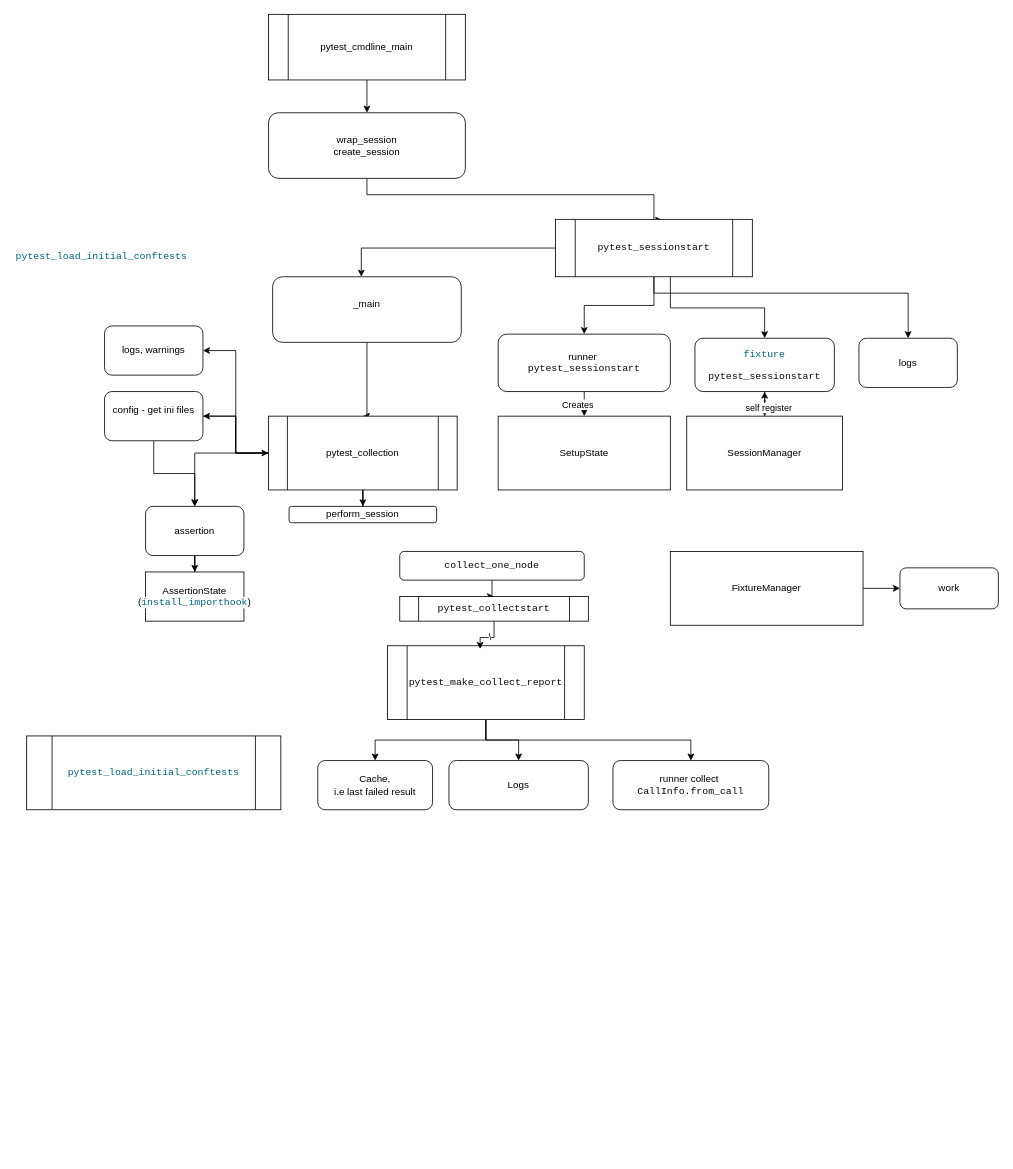
This is Диаграмма без названия.drawio from Tusenka/test, a draw.io file, before an edit. Source tidied: cells renumbered, new cells numbered last; positions are measured from the earlier drawing's top-left corner, leaving out a move shared by most shapes. Both pictures are drawn from the tidied source at 82%, with x=0, y=0 at pixel (14, 14).
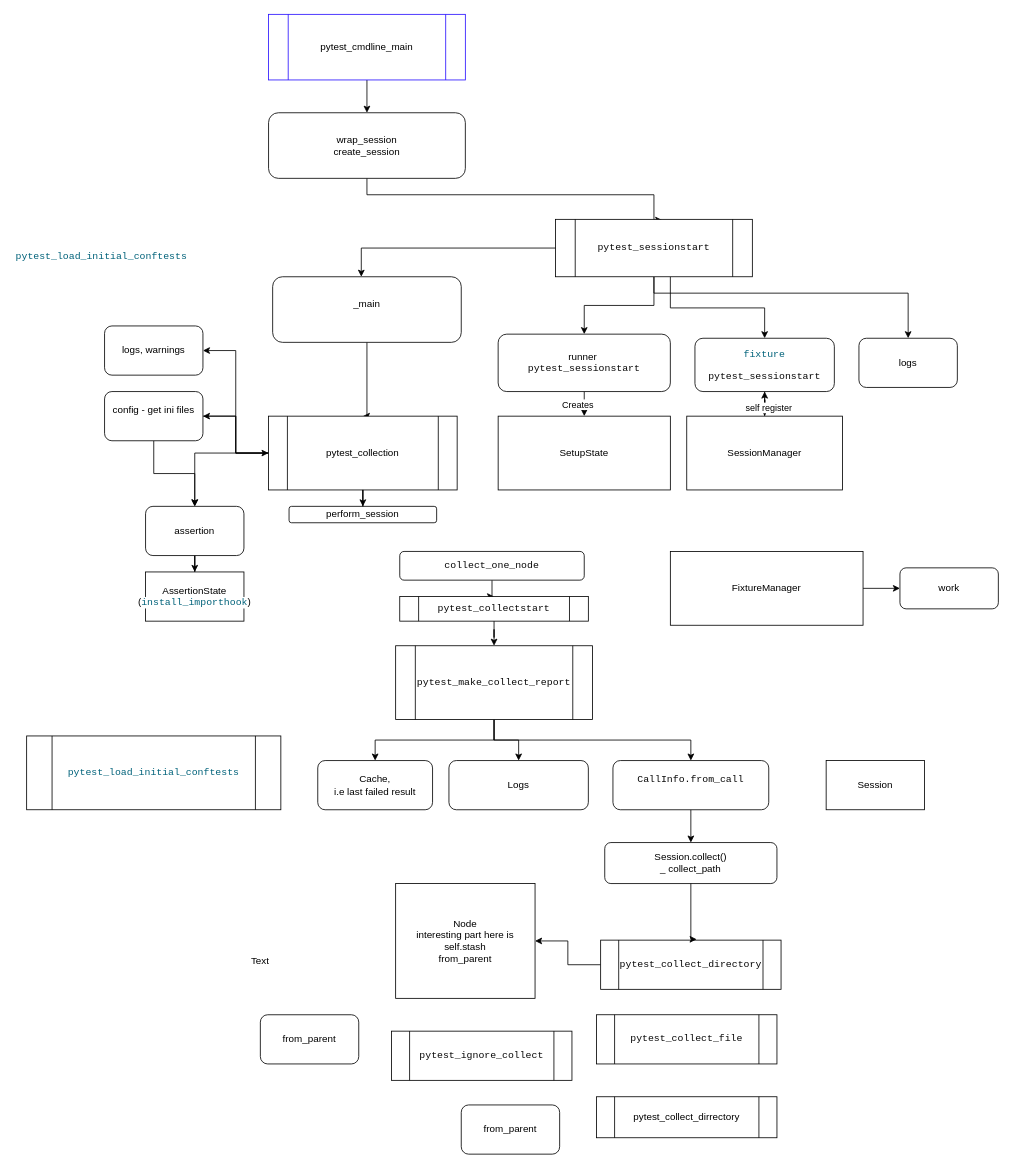
The same page after the edit.

The change refers to these unchanged cells:
```xml
<mxCell id="42" value="&lt;div style=&quot;background-color:#ffffff;color:#080808&quot;&gt;&lt;pre style=&quot;font-family:'JetBrains Mono',monospace;font-size:9,0pt;&quot;&gt;pytest_collectstart&lt;/pre&gt;&lt;/div&gt;" style="shape=process;whiteSpace=wrap;html=1;backgroundOutline=1;" parent="1" vertex="1">
  <mxGeometry x="470" y="710" width="230" height="30" as="geometry" />
</mxCell>
```

Change to the diagram source:
```diff
@@
-    <mxCell id="3" value="pytest_cmdline_main" style="shape=process;whiteSpace=wrap;html=1;backgroundOutline=1;" parent="1" vertex="1">
+    <mxCell id="3" value="pytest_cmdline_main" style="shape=process;whiteSpace=wrap;html=1;backgroundOutline=1;strokeColor=#2911FF;" parent="1" vertex="1">
       <mxGeometry x="310" width="240" height="80" as="geometry" />
     </mxCell>
@@
     <mxCell id="41" value="&lt;div style=&quot;background-color:#ffffff;color:#080808&quot;&gt;&lt;pre style=&quot;font-family:'JetBrains Mono',monospace;font-size:9,0pt;&quot;&gt;pytest_make_collect_report&lt;/pre&gt;&lt;/div&gt;" style="shape=process;whiteSpace=wrap;html=1;backgroundOutline=1;" parent="1" vertex="1">
-      <mxGeometry x="455" y="770" width="240" height="90" as="geometry" />
+      <mxGeometry x="465" y="770" width="240" height="90" as="geometry" />
     </mxCell>
@@
-    <mxCell id="45" value="\" style="edgeStyle=orthogonalEdgeStyle;rounded=0;jettySize=auto;html=1;entryX=0.471;entryY=0.044;entryDx=0;entryDy=0;entryPerimeter=0;" parent="1" edge="1" source="42" target="41">
-      <mxGeometry relative="1" as="geometry" />
-    </mxCell>
@@
+    <mxCell id="52" style="edgeStyle=orthogonalEdgeStyle;rounded=0;jettySize=auto;html=1;" parent="1" edge="1" source="48" target="54">
+      <mxGeometry relative="1" as="geometry" />
+    </mxCell>
-    <mxCell id="48" value="runner collect&amp;nbsp;&lt;div&gt;&lt;span style=&quot;font-family: &amp;quot;JetBrains Mono&amp;quot;, monospace; background-color: light-dark(rgb(255, 255, 255), rgb(18, 18, 18)); color: light-dark(rgb(8, 8, 8), rgb(230, 230, 230));&quot;&gt;CallInfo.from_call&lt;/span&gt;&lt;/div&gt;" style="rounded=1;whiteSpace=wrap;html=1;" parent="1" vertex="1">
+    <mxCell id="48" value="&lt;div&gt;&lt;span style=&quot;font-family: &amp;quot;JetBrains Mono&amp;quot;, monospace; background-color: light-dark(rgb(255, 255, 255), rgb(18, 18, 18)); color: light-dark(rgb(8, 8, 8), rgb(230, 230, 230));&quot;&gt;CallInfo.from_call&lt;/span&gt;&lt;/div&gt;&lt;div&gt;&lt;br&gt;&lt;/div&gt;" style="rounded=1;whiteSpace=wrap;html=1;" parent="1" vertex="1">
       <mxGeometry x="730" y="910" width="190" height="60" as="geometry" />
     </mxCell>
@@
+    <mxCell id="45" style="edgeStyle=orthogonalEdgeStyle;rounded=0;jettySize=auto;html=1;entryX=0.5;entryY=0;entryDx=0;entryDy=0;" parent="1" edge="1" source="42" target="41">
+      <mxGeometry relative="1" as="geometry" />
+    </mxCell>
+    <mxCell id="53" value="Session" style="rounded=0;whiteSpace=wrap;html=1;" parent="1" vertex="1">
+      <mxGeometry x="990" y="910" width="120" height="60" as="geometry" />
+    </mxCell>
+    <mxCell id="54" value="Session.collect()&lt;div&gt;_ collect_path&lt;/div&gt;" style="rounded=1;whiteSpace=wrap;html=1;" parent="1" vertex="1">
+      <mxGeometry x="720" y="1010" width="210" height="50" as="geometry" />
+    </mxCell>
+    <mxCell id="55" style="edgeStyle=orthogonalEdgeStyle;rounded=0;jettySize=auto;html=1;entryX=1;entryY=0.5;entryDx=0;entryDy=0;" parent="1" edge="1" source="56" target="60">
+      <mxGeometry relative="1" as="geometry" />
+    </mxCell>
+    <mxCell id="56" value="&lt;div style=&quot;background-color:#ffffff;color:#080808&quot;&gt;&lt;pre style=&quot;font-family:'JetBrains Mono',monospace;font-size:9,0pt;&quot;&gt;pytest_collect_directory&lt;/pre&gt;&lt;/div&gt;" style="shape=process;whiteSpace=wrap;html=1;backgroundOutline=1;" parent="1" vertex="1">
+      <mxGeometry x="715" y="1129" width="220" height="60" as="geometry" />
+    </mxCell>
+    <mxCell id="57" value="&lt;div style=&quot;background-color:#ffffff;color:#080808&quot;&gt;&lt;pre style=&quot;font-family:'JetBrains Mono',monospace;font-size:9,0pt;&quot;&gt;pytest_collect_file&lt;/pre&gt;&lt;/div&gt;" style="shape=process;whiteSpace=wrap;html=1;backgroundOutline=1;" parent="1" vertex="1">
+      <mxGeometry x="710" y="1220" width="220" height="60" as="geometry" />
+    </mxCell>
+    <mxCell id="58" value="from_parent" style="rounded=1;whiteSpace=wrap;html=1;" parent="1" vertex="1">
+      <mxGeometry x="300" y="1220" width="120" height="60" as="geometry" />
+    </mxCell>
+    <mxCell id="59" value="from_parent" style="rounded=1;whiteSpace=wrap;html=1;" parent="1" vertex="1">
+      <mxGeometry x="545" y="1330" width="120" height="60" as="geometry" />
+    </mxCell>
+    <mxCell id="60" value="Node&lt;div&gt;interesting part here is self.stash&lt;/div&gt;&lt;div&gt;from_parent&lt;/div&gt;" style="rounded=0;whiteSpace=wrap;html=1;" parent="1" vertex="1">
+      <mxGeometry x="465" y="1060" width="170" height="140" as="geometry" />
+    </mxCell>
+    <mxCell id="61" value="Text" style="text;strokeColor=none;align=center;fillColor=none;html=1;verticalAlign=middle;whiteSpace=wrap;rounded=0;" parent="1" vertex="1">
+      <mxGeometry x="270" y="1140" width="60" height="30" as="geometry" />
+    </mxCell>
+    <mxCell id="62" style="edgeStyle=orthogonalEdgeStyle;rounded=0;jettySize=auto;html=1;entryX=0.532;entryY=-0.017;entryDx=0;entryDy=0;entryPerimeter=0;" parent="1" edge="1" source="54" target="56">
+      <mxGeometry relative="1" as="geometry">
+        <Array as="points">
+          <mxPoint x="825" y="1128" />
+        </Array>
+      </mxGeometry>
+    </mxCell>
+    <mxCell id="63" value="pytest_collect_dirrectory" style="shape=process;whiteSpace=wrap;html=1;backgroundOutline=1;" parent="1" vertex="1">
+      <mxGeometry x="710" y="1320" width="220" height="50" as="geometry" />
+    </mxCell>
+    <mxCell id="64" value="&lt;div style=&quot;background-color: rgb(255, 255, 255); color: rgb(8, 8, 8);&quot;&gt;&lt;pre style=&quot;font-family:'JetBrains Mono',monospace;font-size:9,0pt;&quot;&gt;&lt;pre style=&quot;font-family:'JetBrains Mono',monospace;font-size:9,0pt;&quot;&gt;&lt;div&gt;&lt;pre style=&quot;font-family:'JetBrains Mono',monospace;font-size:9,0pt;&quot;&gt;pytest_ignore_collect&lt;/pre&gt;&lt;/div&gt;&lt;/pre&gt;&lt;/pre&gt;&lt;/div&gt;" style="shape=process;whiteSpace=wrap;html=1;backgroundOutline=1;" parent="1" vertex="1">
+      <mxGeometry x="460" y="1240" width="220" height="60" as="geometry" />
+    </mxCell>
```
